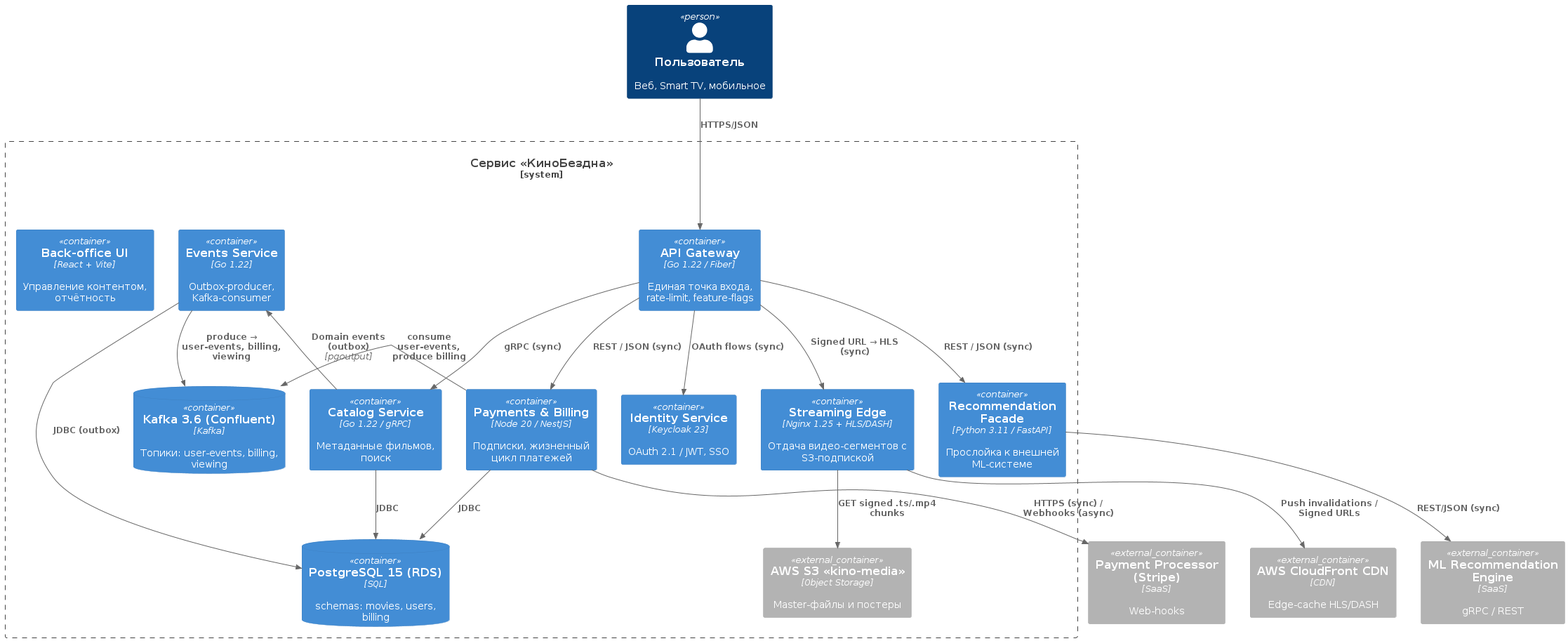
The PlantUML diagram docs/architecture/to-be-container.png in uncle-alfer/software-architect-course-2, before a commit.
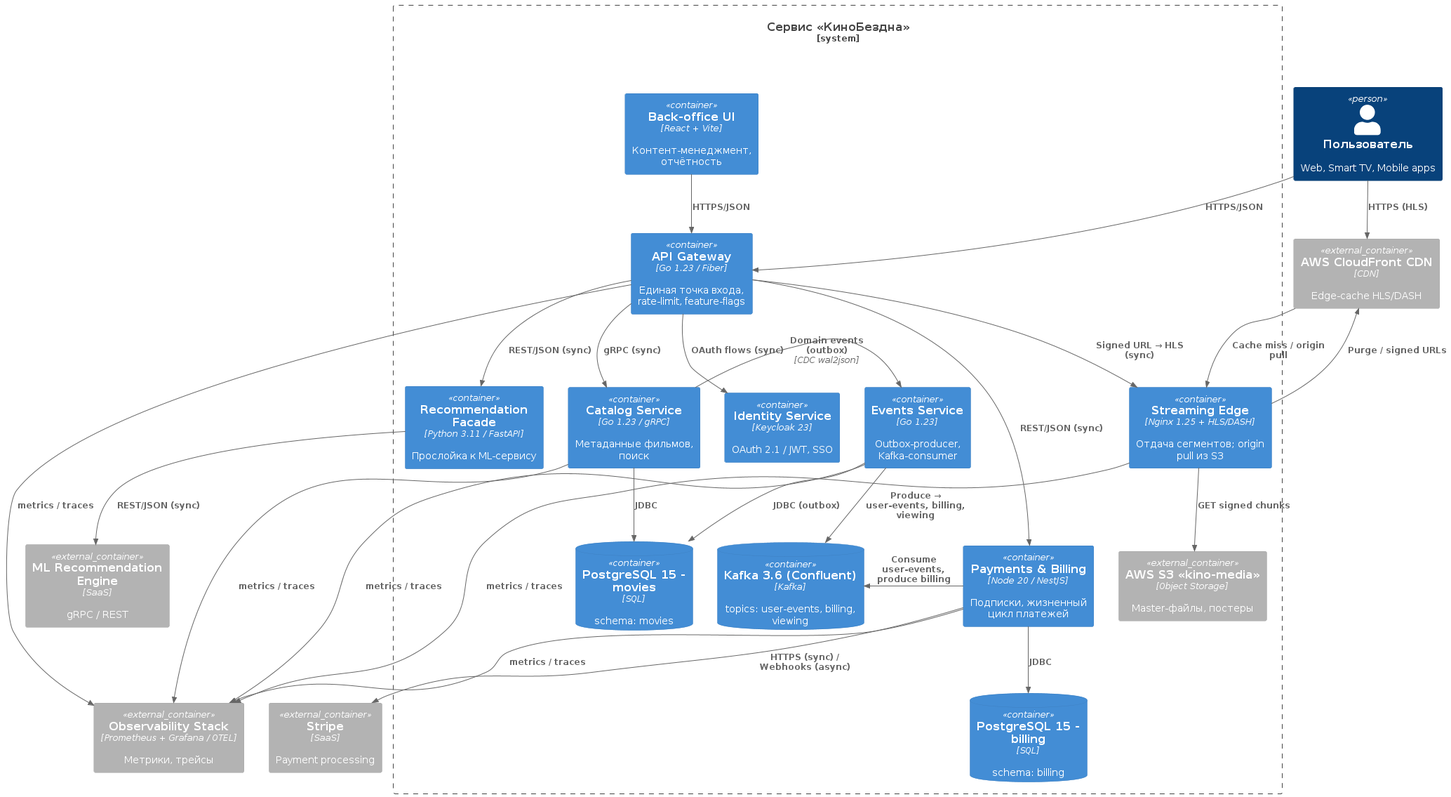
The same diagram one commit later.

Diff of the diagram source:
```diff
@@ -1,47 +1,59 @@
 @startuml to-be-container
 !includeurl https://raw.githubusercontent.com/plantuml-stdlib/C4-PlantUML/master/C4_Container.puml
-Person(user, "Пользователь", "Веб, Smart TV, мобильное")
+
+Person(user, "Пользователь", "Web, Smart TV, Mobile apps")
 
 System_Boundary(cinema, "Сервис «КиноБездна»") {
 
-    Container(api,       "API Gateway",           "Go 1.22 / Fiber",         "Единая точка входа, rate-limit, feature-flags")
-    Container(auth,      "Identity Service",      "Keycloak 23",             "OAuth 2.1 / JWT, SSO")
-    Container(movies,    "Catalog Service",       "Go 1.22 / gRPC",          "Метаданные фильмов, поиск")
-    Container(stream,    "Streaming Edge",        "Nginx 1.25 + HLS/DASH",   "Отдача видео-сегментов с S3-подпиской")
-    Container(payments,  "Payments & Billing",    "Node 20 / NestJS",        "Подписки, жизненный цикл платежей")
-    Container(reco,      "Recommendation Facade", "Python 3.11 / FastAPI",   "Прослойка к внешней ML-системе")
-    Container(events,    "Events Service",        "Go 1.22",                 "Outbox-producer, Kafka-consumer")
-    Container(admin,     "Back-office UI",        "React + Vite",            "Управление контентом, отчётность")
+    Container(api,       "API Gateway",           "Go 1.23 / Fiber",        "Единая точка входа, rate-limit, feature-flags")
+    Container(auth,      "Identity Service",      "Keycloak 23",            "OAuth 2.1 / JWT, SSO")
+    Container(movies,    "Catalog Service",       "Go 1.23 / gRPC",         "Метаданные фильмов, поиск")
+    Container(stream,    "Streaming Edge",        "Nginx 1.25 + HLS/DASH",  "Отдача сегментов; origin pull из S3")
+    Container(payments,  "Payments & Billing",    "Node 20 / NestJS",       "Подписки, жизненный цикл платежей")
+    Container(reco,      "Recommendation Facade", "Python 3.11 / FastAPI",  "Прослойка к ML-сервису")
+    Container(events,    "Events Service",        "Go 1.23",               "Outbox-producer, Kafka-consumer")
+    Container(admin,     "Back-office UI",        "React + Vite",           "Контент-менеджмент, отчётность")
 
-    ContainerDb(pg,      "PostgreSQL 15 (RDS)",   "SQL", "schemas: movies, users, billing")
-    ContainerDb(ks,      "Kafka 3.6 (Confluent)", "Kafka", "Топики: user-events, billing, viewing")
-    Container_Ext(s3,    "AWS S3 «kino-media»",   "Object Storage", "Master-файлы и постеры")
+    ContainerDb(pg_movies,   "PostgreSQL 15 - movies",   "SQL", "schema: movies")
+    ContainerDb(pg_billing,  "PostgreSQL 15 - billing",  "SQL", "schema: billing")
+    ContainerDb(ks,          "Kafka 3.6 (Confluent)",    "Kafka", "topics: user-events, billing, viewing")
+    Container_Ext(s3,        "AWS S3 «kino-media»",      "Object Storage", "Master-файлы, постеры")
 
-    Rel(user, api,        "HTTPS/JSON")
-    Rel(api, auth,        "OAuth flows (sync)")
-    Rel(api, movies,      "gRPC (sync)")
-    Rel(api, stream,      "Signed URL → HLS (sync)")
-    Rel(api, payments,    "REST / JSON (sync)")
-    Rel(api, reco,        "REST / JSON (sync)")
+    Rel(user, api,           "HTTPS/JSON")
+    Rel(api, auth,           "OAuth flows (sync)")
+    Rel(api, movies,         "gRPC (sync)")
+    Rel(api, stream,         "Signed URL → HLS (sync)")
+    Rel(api, payments,       "REST/JSON (sync)")
+    Rel(api, reco,           "REST/JSON (sync)")
+    Rel(admin, api,          "HTTPS/JSON")
 
-    Rel_L(movies,   events, "Domain events (outbox)", "pgoutput")
-    Rel(events,     ks,     "produce → user-events, billing, viewing")
-    Rel_L(payments, ks,     "consume user-events, produce billing")
+    Rel_L(movies,   events,  "Domain events (outbox)", "CDC wal2json")
+    Rel(events,     ks,      "Produce → user-events, billing, viewing")
+    Rel_L(payments, ks,      "Consume user-events, produce billing")
 
-    Rel(movies,   pg, "JDBC")
-    Rel(payments, pg, "JDBC")
-    Rel(events,   pg, "JDBC (outbox)")
+    Rel(movies,    pg_movies,  "JDBC")
+    Rel(events,    pg_movies,  "JDBC (outbox)")
+    Rel(payments,  pg_billing, "JDBC")
 
-    Rel(stream, s3, "GET signed .ts/.mp4 chunks")
+    Rel(stream,    s3,        "GET signed chunks")
 
 }
 
-Container_Ext(reco_ext,   "ML Recommendation Engine", "SaaS",  "gRPC / REST")
-Container_Ext(pay_gate,   "Payment Processor (Stripe)", "SaaS", "Web-hooks")
-Container_Ext(cdn,        "AWS CloudFront CDN", "CDN", "Edge-cache HLS/DASH")
+Container_Ext(cdn,       "AWS CloudFront CDN", "CDN", "Edge-cache HLS/DASH")
+Container_Ext(reco_ext,  "ML Recommendation Engine", "SaaS", "gRPC / REST")
+Container_Ext(pay_gate,  "Stripe", "SaaS", "Payment processing")
+Container_Ext(prom,      "Observability Stack", "Prometheus + Grafana / OTEL", "Метрики, трейсы")
 
-Rel(reco,    reco_ext, "REST/JSON (sync)")
-Rel(payments, pay_gate, "HTTPS (sync) / Webhooks (async)")
-Rel(stream,   cdn,      "Push invalidations / Signed URLs")
+Rel(user,       cdn,      "HTTPS (HLS)")
+Rel_D(cdn,      stream,   "Cache miss / origin pull")
+Rel(stream,     cdn,      "Purge / signed URLs")
+Rel(reco,       reco_ext, "REST/JSON (sync)")
+Rel(payments,   pay_gate, "HTTPS (sync) / Webhooks (async)")
+
+Rel_D(api,      prom,     "metrics / traces")
+Rel_D(movies,   prom,     "metrics / traces")
+Rel_D(payments, prom,     "metrics / traces")
+Rel_D(stream,   prom,     "metrics / traces")
+Rel_D(events,   prom,     "metrics / traces")
 
 @enduml
```
